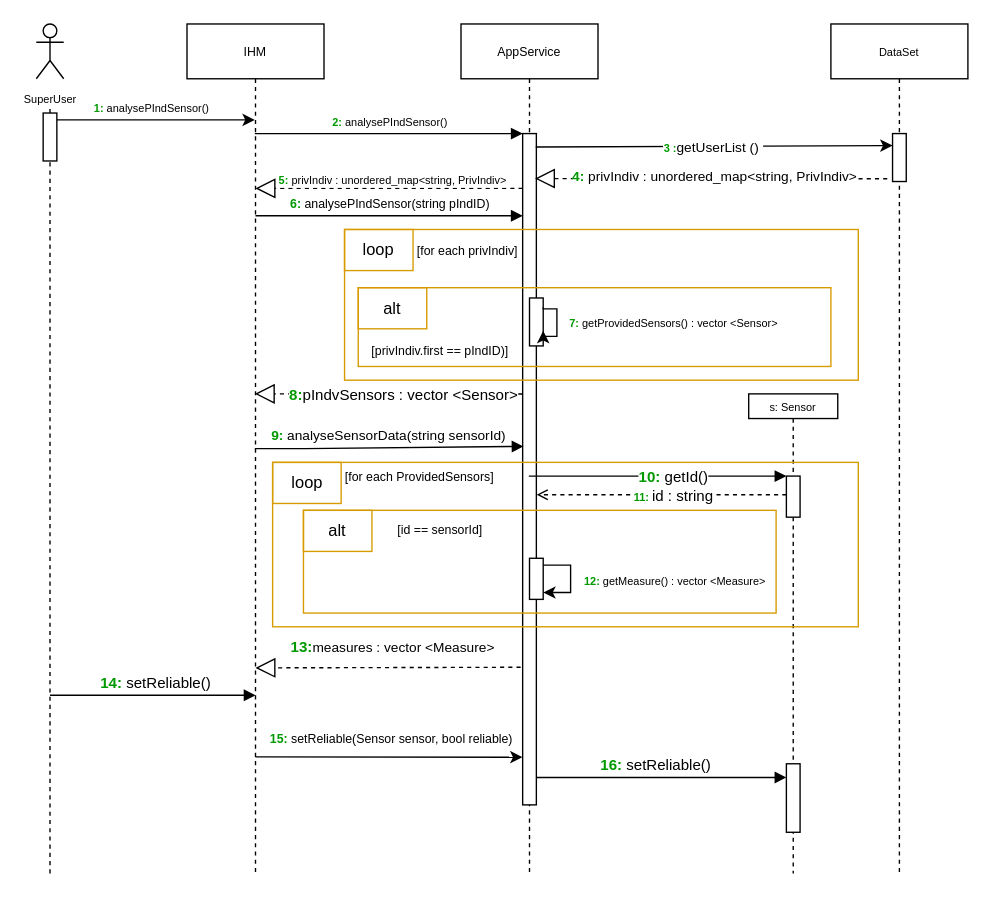
The draw.io diagram UML stuff/seqDiagSetReliable.drawio in NourJadiri/AirWatcher, before the edit. Source tidied: cells renumbered, new cells numbered last; positions are measured from the earlier drawing's top-left corner, leaving out a move shared by most shapes. Both pictures are drawn from the tidied source at 137%, with x=0, y=0 at pixel (36, 23).
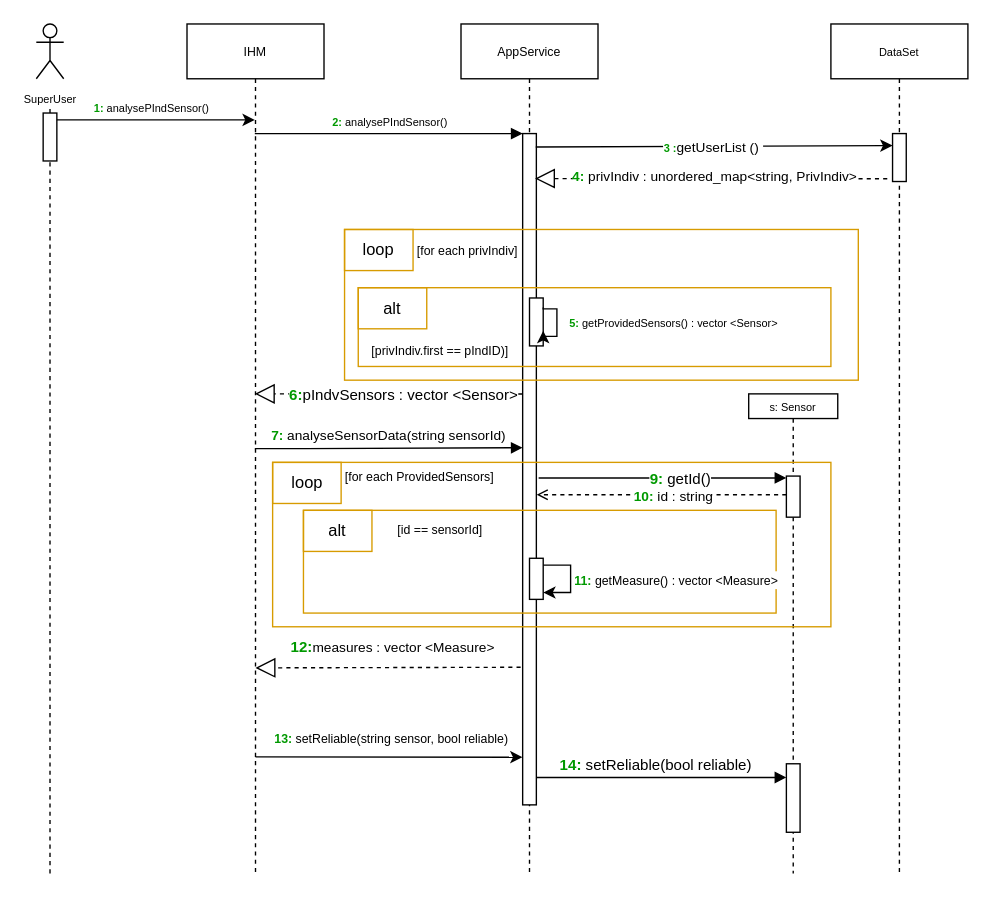
The same diagram, later.

Commit message:
Mettre à jour seqDiagSetReliable.drawio

Unchanged cells that the change refers to:
```xml
<mxCell id="2" value="&lt;font style=&quot;font-size: 9px;&quot;&gt;AppService&lt;/font&gt;" style="shape=umlLifeline;perimeter=lifelinePerimeter;whiteSpace=wrap;html=1;outlineConnect=0;portConstraint=eastwest;newEdgeStyle={&quot;edgeStyle&quot;:&quot;elbowEdgeStyle&quot;,&quot;elbow&quot;:&quot;vertical&quot;,&quot;curved&quot;:0,&quot;rounded&quot;:0};" parent="1" vertex="1">
  <mxGeometry x="310" width="100" height="620" as="geometry" />
</mxCell>
<mxCell id="5" style="rounded=0;whiteSpace=wrap;html=1;" parent="1" vertex="1">
  <mxGeometry x="355" y="80" width="10" height="490" as="geometry" />
</mxCell>
<mxCell id="10" value="&lt;font style=&quot;font-size: 9px;&quot;&gt;IHM&lt;/font&gt;" style="shape=umlLifeline;perimeter=lifelinePerimeter;whiteSpace=wrap;html=1;outlineConnect=0;portConstraint=eastwest;newEdgeStyle={&quot;edgeStyle&quot;:&quot;elbowEdgeStyle&quot;,&quot;elbow&quot;:&quot;vertical&quot;,&quot;curved&quot;:0,&quot;rounded&quot;:0};" parent="1" vertex="1">
  <mxGeometry x="110" width="100" height="620" as="geometry" />
</mxCell>
<mxCell id="18" style="endArrow=open;html=1;rounded=0;endFill=0;dashed=1;entryX=1.024;entryY=0.538;entryDx=0;entryDy=0;entryPerimeter=0;" parent="1" edge="1" source="34" target="5">
  <mxGeometry relative="1" as="geometry" />
</mxCell>
<mxCell id="31" style="endArrow=block;html=1;rounded=0;endFill=1;" parent="1" edge="1" target="35">
  <mxGeometry relative="1" as="geometry">
    <mxPoint x="365" y="550" as="sourcePoint" />
    <Array as="points">
      <mxPoint x="405" y="550" />
    </Array>
  </mxGeometry>
</mxCell>
<mxCell id="34" style="html=1;points=[];perimeter=orthogonalPerimeter;outlineConnect=0;targetShapes=umlLifeline;portConstraint=eastwest;newEdgeStyle={&quot;edgeStyle&quot;:&quot;elbowEdgeStyle&quot;,&quot;elbow&quot;:&quot;vertical&quot;,&quot;curved&quot;:0,&quot;rounded&quot;:0};" parent="33" vertex="1">
  <mxGeometry x="27.5" y="60" width="10" height="30" as="geometry" />
</mxCell>
<mxCell id="39" style="endArrow=block;dashed=1;endFill=0;endSize=12;html=1;rounded=0;exitX=-0.02;exitY=0.388;exitDx=0;exitDy=0;exitPerimeter=0;" parent="1" edge="1" source="5" target="10">
  <mxGeometry relative="1" as="geometry">
    <Array as="points">
      <mxPoint x="210" y="270" />
    </Array>
  </mxGeometry>
</mxCell>
<mxCell id="47" style="endArrow=classic;html=1;rounded=0;" parent="1" edge="1" source="46" target="46">
  <mxGeometry relative="1" as="geometry" />
</mxCell>
<mxCell id="49" style="endArrow=block;dashed=1;endFill=0;endSize=12;html=1;rounded=0;exitX=-0.148;exitY=0.795;exitDx=0;exitDy=0;exitPerimeter=0;" parent="1" edge="1" source="5" target="10">
  <mxGeometry relative="1" as="geometry">
    <Array as="points">
      <mxPoint x="160" y="470" />
    </Array>
  </mxGeometry>
</mxCell>
<mxCell id="51" style="endArrow=classic;html=1;rounded=0;entryX=-0.01;entryY=0.929;entryDx=0;entryDy=0;entryPerimeter=0;" parent="1" edge="1" target="5">
  <mxGeometry relative="1" as="geometry">
    <mxPoint x="160" y="535" as="sourcePoint" />
  </mxGeometry>
</mxCell>
```

The edit, as a diff of the source:
```diff
@@
-    <mxCell id="14" value="&lt;font style=&quot;font-size: 8px;&quot;&gt;&lt;b style=&quot;border-color: var(--border-color);&quot;&gt;&lt;font style=&quot;border-color: var(--border-color);&quot; color=&quot;#009900&quot;&gt;7:&lt;/font&gt;&amp;nbsp;&lt;/b&gt;getProvidedSensors() : vector &amp;lt;Sensor&amp;gt;&lt;/font&gt;" style="text;html=1;align=center;verticalAlign=middle;strokeColor=none;fillColor=none;" parent="1" vertex="1">
+    <mxCell id="14" value="&lt;font style=&quot;font-size: 8px;&quot;&gt;&lt;b style=&quot;border-color: var(--border-color);&quot;&gt;&lt;font style=&quot;border-color: var(--border-color);&quot; color=&quot;#009900&quot;&gt;5:&lt;/font&gt;&amp;nbsp;&lt;/b&gt;getProvidedSensors() : vector &amp;lt;Sensor&amp;gt;&lt;/font&gt;" style="text;html=1;align=center;verticalAlign=middle;strokeColor=none;fillColor=none;" parent="1" vertex="1">
       <mxGeometry x="375" y="202.5" width="180" height="30" as="geometry" />
     </mxCell>
@@
-    <mxCell id="16" style="endArrow=block;html=1;rounded=0;endFill=1;" parent="1" edge="1" source="2" target="34">
-      <mxGeometry relative="1" as="geometry">
-        <Array as="points">
-          <mxPoint x="370" y="330" />
-        </Array>
-      </mxGeometry>
+    <mxCell id="16" style="endArrow=block;html=1;rounded=0;endFill=1;exitX=1.167;exitY=0.513;exitDx=0;exitDy=0;exitPerimeter=0;" parent="1" edge="1" source="5" target="34">
+      <mxGeometry relative="1" as="geometry" />
     </mxCell>
-    <mxCell id="17" value="&lt;b style=&quot;border-color: var(--border-color); caret-color: rgb(0, 153, 0); color: rgb(0, 153, 0);&quot;&gt;10:&amp;nbsp;&lt;/b&gt;getId()" style="edgeLabel;html=1;align=center;verticalAlign=middle;" parent="16" vertex="1">
+    <mxCell id="17" value="&lt;b style=&quot;border-color: var(--border-color); caret-color: rgb(0, 153, 0); color: rgb(0, 153, 0);&quot;&gt;9:&amp;nbsp;&lt;/b&gt;getId()" style="edgeLabel;html=1;align=center;verticalAlign=middle;" parent="16" vertex="1">
       <mxGeometry x="-0.41" y="2" relative="1" as="geometry">
         <mxPoint x="50" y="2" as="offset" />
       </mxGeometry>
     </mxCell>
@@
-    <mxCell id="19" value="&lt;b style=&quot;font-size: 8px;&quot;&gt;&lt;font color=&quot;#009900&quot;&gt;11:&amp;nbsp;&lt;/font&gt;&lt;/b&gt;id : string" style="edgeLabel;html=1;align=center;verticalAlign=middle;" parent="18" vertex="1">
+    <mxCell id="19" value="&lt;font style=&quot;font-size: 10px;&quot;&gt;&lt;b&gt;&lt;font color=&quot;#009900&quot;&gt;10:&amp;nbsp;&lt;/font&gt;&lt;/b&gt;id : string&lt;/font&gt;" style="edgeLabel;html=1;align=center;verticalAlign=middle;" parent="18" vertex="1">
       <mxGeometry x="0.28" y="1" relative="1" as="geometry">
         <mxPoint x="34" as="offset" />
       </mxGeometry>
     </mxCell>
@@
-    <mxCell id="32" value="&lt;b style=&quot;border-color: var(--border-color); caret-color: rgb(0, 153, 0); color: rgb(0, 153, 0);&quot;&gt;16:&amp;nbsp;&lt;/b&gt;setReliable()" style="edgeLabel;html=1;align=center;verticalAlign=middle;" parent="31" vertex="1">
+    <mxCell id="32" value="&lt;b style=&quot;border-color: var(--border-color); caret-color: rgb(0, 153, 0); color: rgb(0, 153, 0);&quot;&gt;14:&amp;nbsp;&lt;/b&gt;setReliable(bool reliable)" style="edgeLabel;html=1;align=center;verticalAlign=middle;" parent="31" vertex="1">
       <mxGeometry x="-0.41" y="2" relative="1" as="geometry">
         <mxPoint x="32" y="-8" as="offset" />
       </mxGeometry>
     </mxCell>
@@
-    <mxCell id="37" style="endArrow=block;html=1;rounded=0;endFill=1;" parent="1" edge="1">
-      <mxGeometry relative="1" as="geometry">
-        <mxPoint x="10" y="490" as="sourcePoint" />
-        <mxPoint x="160" y="490" as="targetPoint" />
-        <Array as="points">
-          <mxPoint x="50" y="490" />
-        </Array>
-      </mxGeometry>
-    </mxCell>
-    <mxCell id="38" value="&lt;b style=&quot;border-color: var(--border-color); caret-color: rgb(0, 153, 0); color: rgb(0, 153, 0);&quot;&gt;14:&amp;nbsp;&lt;/b&gt;setReliable()" style="edgeLabel;html=1;align=center;verticalAlign=middle;" parent="37" vertex="1">
-      <mxGeometry x="-0.41" y="2" relative="1" as="geometry">
-        <mxPoint x="32" y="-8" as="offset" />
-      </mxGeometry>
-    </mxCell>
@@
-    <mxCell id="40" value="&lt;b style=&quot;border-color: var(--border-color); caret-color: rgb(0, 153, 0); color: rgb(0, 153, 0);&quot;&gt;8:&lt;/b&gt;pIndvSensors : vector &amp;lt;Sensor&amp;gt;" style="edgeLabel;html=1;align=center;verticalAlign=middle;" parent="39" vertex="1">
+    <mxCell id="40" value="&lt;b style=&quot;border-color: var(--border-color); caret-color: rgb(0, 153, 0); color: rgb(0, 153, 0);&quot;&gt;6:&lt;/b&gt;pIndvSensors : vector &amp;lt;Sensor&amp;gt;" style="edgeLabel;html=1;align=center;verticalAlign=middle;" parent="39" vertex="1">
       <mxGeometry x="0.29" y="-2" relative="1" as="geometry">
         <mxPoint x="39" y="2" as="offset" />
       </mxGeometry>
     </mxCell>
-    <mxCell id="41" style="endArrow=block;html=1;rounded=0;endFill=1;entryX=0.059;entryY=0.466;entryDx=0;entryDy=0;entryPerimeter=0;" parent="1" edge="1" source="10" target="5">
+    <mxCell id="41" style="endArrow=block;html=1;rounded=0;endFill=1;entryX=0;entryY=0.468;entryDx=0;entryDy=0;entryPerimeter=0;" parent="1" edge="1" source="10" target="5">
       <mxGeometry relative="1" as="geometry">
         <Array as="points">
           <mxPoint x="196" y="310" />
         </Array>
       </mxGeometry>
     </mxCell>
-    <mxCell id="42" value="&lt;font style=&quot;font-size: 10px;&quot;&gt;&lt;b style=&quot;border-color: var(--border-color); caret-color: rgb(0, 153, 0); color: rgb(0, 153, 0);&quot;&gt;9:&amp;nbsp;&lt;/b&gt;analyseSensorData(string sensorId)&lt;/font&gt;" style="edgeLabel;html=1;align=center;verticalAlign=middle;" parent="41" vertex="1">
+    <mxCell id="42" value="&lt;font style=&quot;font-size: 10px;&quot;&gt;&lt;b style=&quot;border-color: var(--border-color); caret-color: rgb(0, 153, 0); color: rgb(0, 153, 0);&quot;&gt;7:&amp;nbsp;&lt;/b&gt;analyseSensorData(string sensorId)&lt;/font&gt;" style="edgeLabel;html=1;align=center;verticalAlign=middle;" parent="41" vertex="1">
       <mxGeometry x="-0.41" y="2" relative="1" as="geometry">
         <mxPoint x="39" y="-8" as="offset" />
       </mxGeometry>
     </mxCell>
     <mxCell id="43" style="rounded=0;whiteSpace=wrap;html=1;fillColor=none;strokeColor=#d79b00;" parent="1" vertex="1">
-      <mxGeometry x="172.5" y="320" width="427.5" height="120" as="geometry" />
+      <mxGeometry x="172.5" y="320" width="407.5" height="120" as="geometry" />
     </mxCell>
@@
-    <mxCell id="48" value="&lt;font style=&quot;font-size: 8px;&quot;&gt;&lt;b&gt;&lt;font color=&quot;#009900&quot;&gt;12:&amp;nbsp;&lt;/font&gt;&lt;/b&gt;getMeasure() : vector &amp;lt;Measure&amp;gt;&lt;/font&gt;" style="edgeLabel;html=1;align=center;verticalAlign=middle;" parent="47" vertex="1">
+    <mxCell id="48" value="&lt;font style=&quot;font-size: 9px;&quot;&gt;&lt;b&gt;&lt;font color=&quot;#009900&quot;&gt;11:&amp;nbsp;&lt;/font&gt;&lt;/b&gt;getMeasure() : vector &amp;lt;Measure&amp;gt;&lt;/font&gt;" style="edgeLabel;html=1;align=center;verticalAlign=middle;" parent="47" vertex="1">
       <mxGeometry x="-0.07" y="1" relative="1" as="geometry">
-        <mxPoint x="74" y="2" as="offset" />
+        <mxPoint x="75" y="2" as="offset" />
       </mxGeometry>
     </mxCell>
@@
-    <mxCell id="50" value="&lt;font style=&quot;font-size: 10px;&quot;&gt;&lt;b style=&quot;border-color: var(--border-color); font-size: 11px; caret-color: rgb(0, 153, 0); color: rgb(0, 153, 0);&quot;&gt;13:&lt;/b&gt;measures : vector &amp;lt;Measure&amp;gt;&lt;/font&gt;" style="edgeLabel;html=1;align=center;verticalAlign=middle;" parent="49" vertex="1">
+    <mxCell id="50" value="&lt;font style=&quot;font-size: 10px;&quot;&gt;&lt;b style=&quot;border-color: var(--border-color); font-size: 11px; caret-color: rgb(0, 153, 0); color: rgb(0, 153, 0);&quot;&gt;12:&lt;/b&gt;measures : vector &amp;lt;Measure&amp;gt;&lt;/font&gt;" style="edgeLabel;html=1;align=center;verticalAlign=middle;" parent="49" vertex="1">
       <mxGeometry x="0.19" y="-3" relative="1" as="geometry">
         <mxPoint x="21" y="-12" as="offset" />
       </mxGeometry>
     </mxCell>
@@
-    <mxCell id="52" value="&lt;font style=&quot;font-size: 9px;&quot;&gt;&lt;b style=&quot;border-color: var(--border-color); caret-color: rgb(0, 153, 0); color: rgb(0, 153, 0);&quot;&gt;15:&amp;nbsp;&lt;/b&gt;setReliable(Sensor sensor, bool reliable)&lt;/font&gt;" style="edgeLabel;html=1;align=center;verticalAlign=middle;" parent="51" vertex="1">
+    <mxCell id="52" value="&lt;font style=&quot;font-size: 9px;&quot;&gt;&lt;b style=&quot;border-color: var(--border-color); caret-color: rgb(0, 153, 0); color: rgb(0, 153, 0);&quot;&gt;13:&amp;nbsp;&lt;/b&gt;setReliable(string sensor, bool reliable)&lt;/font&gt;" style="edgeLabel;html=1;align=center;verticalAlign=middle;" parent="51" vertex="1">
       <mxGeometry x="-0.16" y="3" relative="1" as="geometry">
         <mxPoint x="16" y="-12" as="offset" />
       </mxGeometry>
     </mxCell>
-    <mxCell id="53" style="endArrow=block;dashed=1;endFill=0;endSize=12;html=1;rounded=0;" parent="1" edge="1">
-      <mxGeometry relative="1" as="geometry">
-        <mxPoint x="355" y="120" as="sourcePoint" />
-        <mxPoint x="160" y="120" as="targetPoint" />
-        <Array as="points">
-          <mxPoint x="205" y="120" />
-        </Array>
-      </mxGeometry>
-    </mxCell>
-    <mxCell id="54" value="&lt;font style=&quot;font-size: 8px;&quot;&gt;&lt;b&gt;&lt;font color=&quot;#009900&quot;&gt;5:&amp;nbsp;&lt;/font&gt;&lt;/b&gt;privIndiv : unordered_map&amp;lt;string, PrivIndiv&amp;gt;&lt;/font&gt;" style="edgeLabel;html=1;align=center;verticalAlign=middle;" parent="53" vertex="1">
-      <mxGeometry x="0.29" y="-2" relative="1" as="geometry">
-        <mxPoint x="30" y="-6" as="offset" />
-      </mxGeometry>
-    </mxCell>
@@
-    <mxCell id="57" value="&lt;font style=&quot;font-size: 9px;&quot;&gt;&lt;b&gt;&lt;font color=&quot;#009900&quot;&gt;6:&lt;/font&gt; &lt;/b&gt;analysePIndSensor(string pIndID)&lt;/font&gt;" style="html=1;verticalAlign=bottom;endArrow=block;edgeStyle=elbowEdgeStyle;elbow=vertical;curved=0;rounded=0;" parent="1" edge="1">
-      <mxGeometry relative="1" as="geometry">
-        <mxPoint x="160" y="140" as="sourcePoint" />
-        <mxPoint x="355" y="140" as="targetPoint" />
-        <Array as="points">
-          <mxPoint x="270" y="140" />
-        </Array>
-      </mxGeometry>
-    </mxCell>
```
